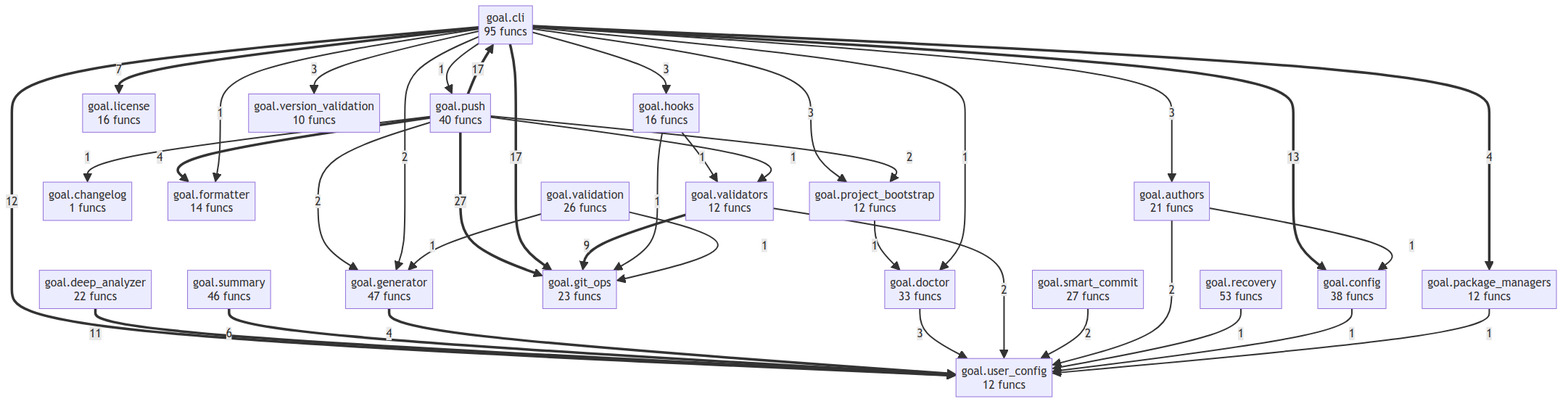
wronai/goal keeps this Mermaid diagram as project/compact_flow.png. Above is the earlier version. Its source is kept beside it as project/compact_flow.mmd. Its diagram source:
```mermaid
flowchart TD
    goal__authors["goal.authors<br/>21 funcs"]
    goal__changelog["goal.changelog<br/>1 funcs"]
    goal__cli["goal.cli<br/>95 funcs"]
    goal__config["goal.config<br/>38 funcs"]
    goal__deep_analyzer["goal.deep_analyzer<br/>22 funcs"]
    goal__doctor["goal.doctor<br/>33 funcs"]
    goal__formatter["goal.formatter<br/>14 funcs"]
    goal__generator["goal.generator<br/>47 funcs"]
    goal__git_ops["goal.git_ops<br/>23 funcs"]
    goal__hooks["goal.hooks<br/>16 funcs"]
    goal__license["goal.license<br/>16 funcs"]
    goal__package_managers["goal.package_managers<br/>12 funcs"]
    goal__project_bootstrap["goal.project_bootstrap<br/>12 funcs"]
    goal__push["goal.push<br/>40 funcs"]
    goal__recovery["goal.recovery<br/>53 funcs"]
    goal__smart_commit["goal.smart_commit<br/>27 funcs"]
    goal__summary["goal.summary<br/>46 funcs"]
    goal__user_config["goal.user_config<br/>12 funcs"]
    goal__validation["goal.validation<br/>26 funcs"]
    goal__validators["goal.validators<br/>12 funcs"]
    goal__version_validation["goal.version_validation<br/>10 funcs"]
    goal__push ==>|27| goal__git_ops
    goal__push ==>|17| goal__cli
    goal__cli ==>|17| goal__git_ops
    goal__cli ==>|13| goal__config
    goal__cli ==>|12| goal__user_config
    goal__deep_analyzer ==>|11| goal__user_config
    goal__validators ==>|9| goal__git_ops
    goal__cli ==>|7| goal__license
    goal__summary ==>|6| goal__user_config
    goal__generator ==>|4| goal__user_config
    goal__push ==>|4| goal__formatter
    goal__cli ==>|4| goal__package_managers
    goal__cli -->|3| goal__version_validation
    goal__cli -->|3| goal__hooks
    goal__cli -->|3| goal__project_bootstrap
    goal__cli -->|3| goal__authors
    goal__doctor -->|3| goal__user_config
    goal__validators -->|2| goal__user_config
    goal__push -->|2| goal__generator
    goal__push -->|2| goal__project_bootstrap
    goal__cli -->|2| goal__generator
    goal__smart_commit -->|2| goal__user_config
    goal__authors -->|2| goal__user_config
    goal__project_bootstrap -->|1| goal__doctor
    goal__hooks -->|1| goal__git_ops
    goal__hooks -->|1| goal__validators
    goal__push -->|1| goal__validators
    goal__cli -->|1| goal__doctor
    goal__recovery -->|1| goal__user_config
    goal__cli -->|1| goal__formatter
    goal__cli -->|1| goal__push
    goal__config -->|1| goal__user_config
    goal__validation -->|1| goal__git_ops
    goal__validation -->|1| goal__generator
    goal__package_managers -->|1| goal__user_config
    goal__authors -->|1| goal__config
    goal__push -->|1| goal__changelog
```
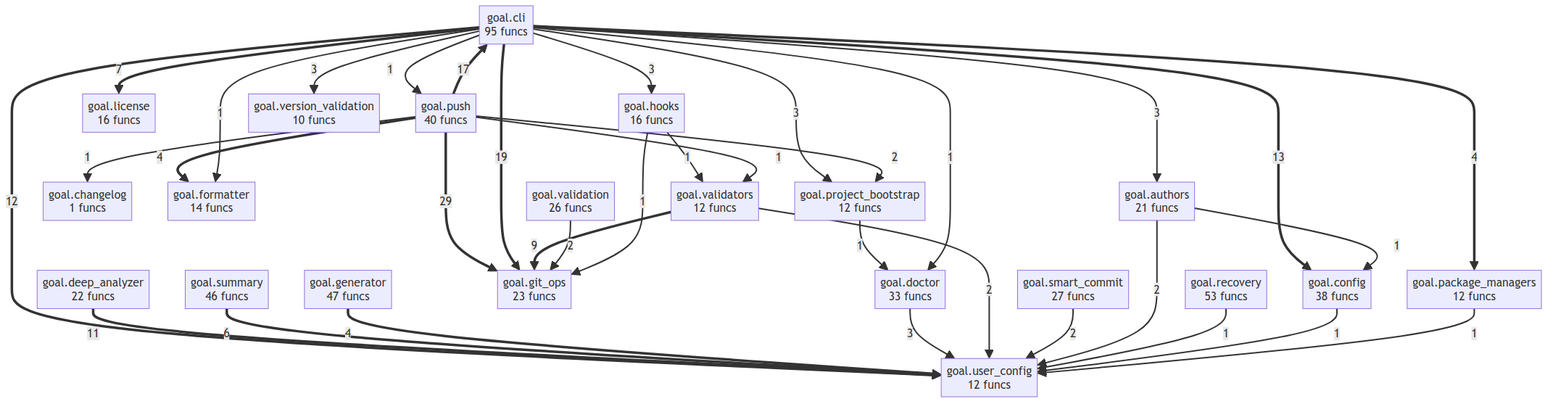
After the commit.

What changed in the source:
```diff
@@ -20,9 +20,9 @@
     goal__validation["goal.validation<br/>26 funcs"]
     goal__validators["goal.validators<br/>12 funcs"]
     goal__version_validation["goal.version_validation<br/>10 funcs"]
-    goal__push ==>|27| goal__git_ops
+    goal__push ==>|29| goal__git_ops
+    goal__cli ==>|19| goal__git_ops
     goal__push ==>|17| goal__cli
-    goal__cli ==>|17| goal__git_ops
     goal__cli ==>|13| goal__config
     goal__cli ==>|12| goal__user_config
     goal__deep_analyzer ==>|11| goal__user_config
@@ -38,9 +38,8 @@
     goal__cli -->|3| goal__authors
     goal__doctor -->|3| goal__user_config
     goal__validators -->|2| goal__user_config
-    goal__push -->|2| goal__generator
     goal__push -->|2| goal__project_bootstrap
-    goal__cli -->|2| goal__generator
+    goal__validation -->|2| goal__git_ops
     goal__smart_commit -->|2| goal__user_config
     goal__authors -->|2| goal__user_config
     goal__project_bootstrap -->|1| goal__doctor
@@ -52,8 +51,6 @@
     goal__cli -->|1| goal__formatter
     goal__cli -->|1| goal__push
     goal__config -->|1| goal__user_config
-    goal__validation -->|1| goal__git_ops
-    goal__validation -->|1| goal__generator
     goal__package_managers -->|1| goal__user_config
     goal__authors -->|1| goal__config
     goal__push -->|1| goal__changelog
```
